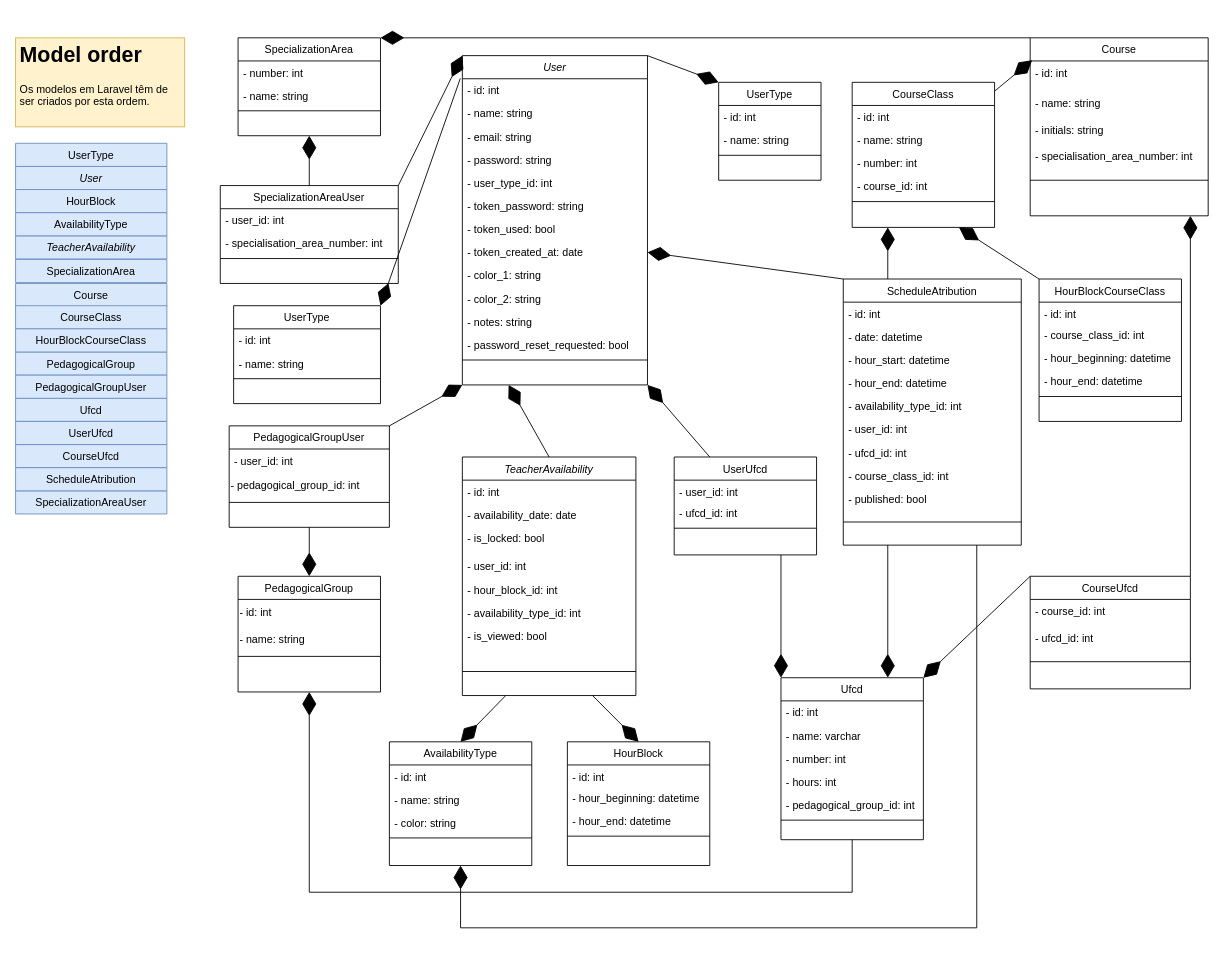
Before: Documentação/Arquitetura de Sistema - gráficos/Diagrama de Classes v2.drawio in LaggyMcLagg/Agile-Wing, a draw.io diagram. Source tidied: cells renumbered, new cells numbered last; positions are measured from the earlier drawing's top-left corner, leaving out a move shared by most shapes. Both pictures are drawn from the tidied source at 89%, with x=0, y=0 at pixel (15, 37).
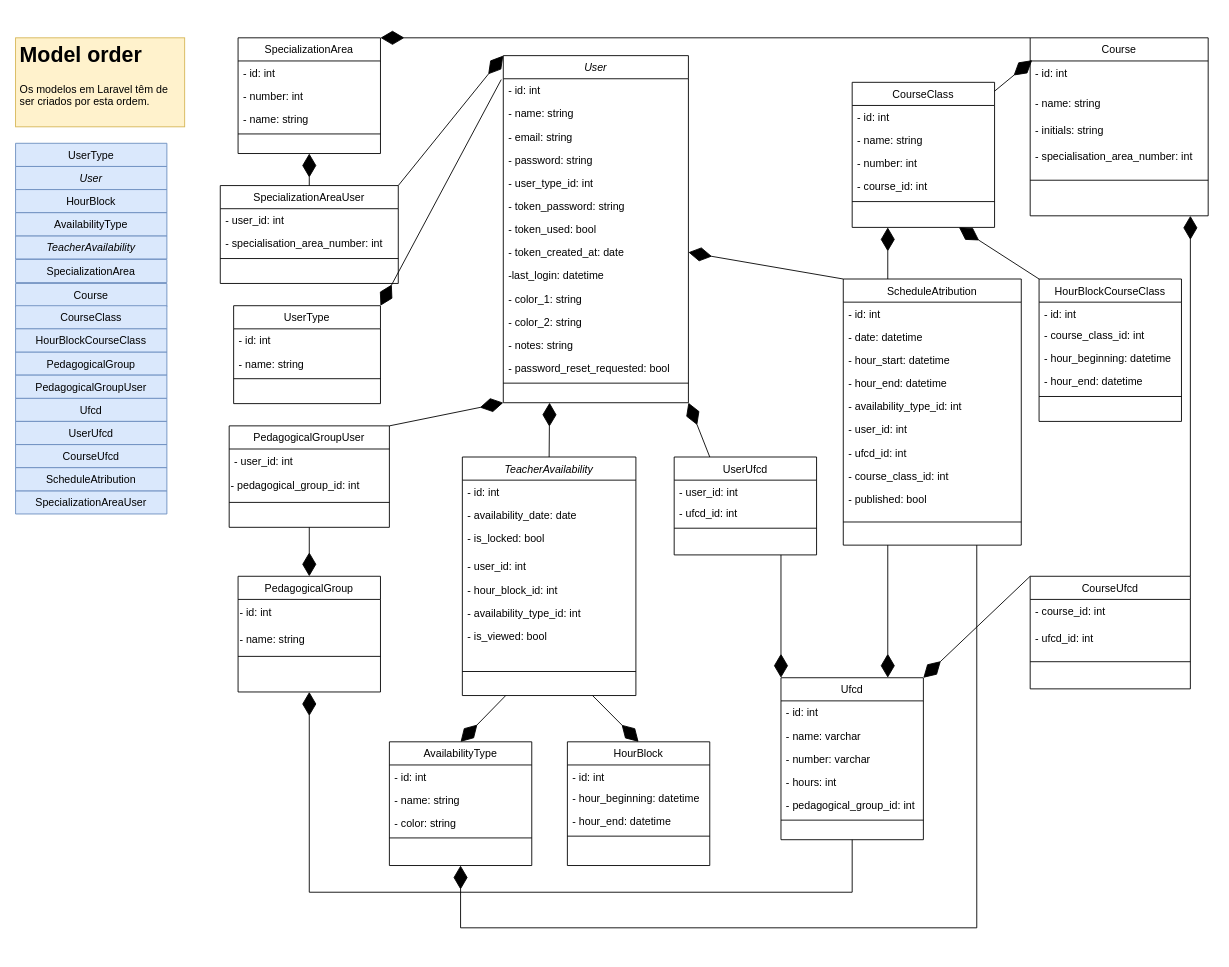
After the change.

Commit message (it also covers changes not shown here):
Actualização diagramas de arquitetura

Unchanged cells that the change refers to:
```xml
<mxCell id="40" value="Ufcd" style="swimlane;fontStyle=0;align=center;verticalAlign=top;horizontal=1;startSize=26;rounded=0;shadow=0;strokeWidth=1;" parent="1" vertex="1">
  <mxGeometry x="860" y="719" width="160" height="182" as="geometry" />
</mxCell>
```

What changed in the source:
```diff
@@
     <mxCell id="17" value="SpecializationArea" style="swimlane;fontStyle=0;align=center;verticalAlign=top;horizontal=1;startSize=26;rounded=0;shadow=0;strokeWidth=1;" parent="1" vertex="1">
-      <mxGeometry x="250" width="160" height="110" as="geometry" />
+      <mxGeometry x="250" width="160" height="130" as="geometry" />
     </mxCell>
+    <mxCell id="128" value="- id: int" style="text;align=left;verticalAlign=top;spacingLeft=4;spacingRight=4;overflow=hidden;" parent="17" vertex="1">
+      <mxGeometry y="26" width="160" height="26" as="geometry" />
+    </mxCell>
     <mxCell id="18" value="- number: int" style="text;align=left;verticalAlign=top;spacingLeft=4;spacingRight=4;overflow=hidden;" parent="17" vertex="1">
-      <mxGeometry y="26" width="160" height="26" as="geometry" />
+      <mxGeometry y="52" width="160" height="26" as="geometry" />
     </mxCell>
     <mxCell id="19" value="- name: string" style="text;align=left;verticalAlign=top;spacingLeft=4;spacingRight=4;overflow=hidden;" parent="17" vertex="1">
-      <mxGeometry y="52" width="160" height="26" as="geometry" />
+      <mxGeometry y="78" width="160" height="26" as="geometry" />
     </mxCell>
     <mxCell id="20" style="line;html=1;strokeWidth=1;align=left;verticalAlign=middle;spacingTop=-1;spacingLeft=3;spacingRight=3;labelPosition=right;" parent="17" vertex="1">
-      <mxGeometry y="78" width="160" height="8" as="geometry" />
+      <mxGeometry y="104" width="160" height="8" as="geometry" />
     </mxCell>
@@
-    <mxCell id="43" value="- number: int" style="text;align=left;verticalAlign=top;spacingLeft=4;spacingRight=4;overflow=hidden;" parent="40" vertex="1">
+    <mxCell id="43" value="- number: varchar" style="text;align=left;verticalAlign=top;spacingLeft=4;spacingRight=4;overflow=hidden;" parent="40" vertex="1">
       <mxGeometry y="78" width="160" height="26" as="geometry" />
     </mxCell>
@@
     <mxCell id="59" value="User" style="swimlane;fontStyle=2;align=center;verticalAlign=top;horizontal=1;startSize=26;rounded=0;shadow=0;strokeWidth=1;" parent="1" vertex="1">
-      <mxGeometry x="502" y="20" width="208" height="370" as="geometry" />
+      <mxGeometry x="548" y="20" width="208" height="390" as="geometry" />
     </mxCell>
@@
+    <mxCell id="141" value="-last_login: datetime" style="text;align=left;verticalAlign=top;spacingLeft=4;spacingRight=4;overflow=hidden;rounded=0;shadow=0;html=0;" parent="59" vertex="1">
+      <mxGeometry y="234" width="208" height="26" as="geometry" />
+    </mxCell>
     <mxCell id="68" value="- color_1: string" style="text;align=left;verticalAlign=top;spacingLeft=4;spacingRight=4;overflow=hidden;rounded=0;shadow=0;html=0;" parent="59" vertex="1">
-      <mxGeometry y="234" width="208" height="26" as="geometry" />
+      <mxGeometry y="260" width="208" height="26" as="geometry" />
     </mxCell>
     <mxCell id="69" value="- color_2: string" style="text;align=left;verticalAlign=top;spacingLeft=4;spacingRight=4;overflow=hidden;rounded=0;shadow=0;html=0;" parent="59" vertex="1">
-      <mxGeometry y="260" width="208" height="26" as="geometry" />
+      <mxGeometry y="286" width="208" height="26" as="geometry" />
     </mxCell>
     <mxCell id="70" value="- notes: string" style="text;align=left;verticalAlign=top;spacingLeft=4;spacingRight=4;overflow=hidden;rounded=0;shadow=0;html=0;" parent="59" vertex="1">
-      <mxGeometry y="286" width="208" height="26" as="geometry" />
+      <mxGeometry y="312" width="208" height="26" as="geometry" />
     </mxCell>
     <mxCell id="71" value="- password_reset_requested: bool" style="text;align=left;verticalAlign=top;spacingLeft=4;spacingRight=4;overflow=hidden;rounded=0;shadow=0;html=0;" parent="59" vertex="1">
-      <mxGeometry y="312" width="208" height="26" as="geometry" />
+      <mxGeometry y="338" width="208" height="26" as="geometry" />
     </mxCell>
     <mxCell id="72" style="line;html=1;strokeWidth=1;align=left;verticalAlign=middle;spacingTop=-1;spacingLeft=3;spacingRight=3;labelPosition=right;" parent="59" vertex="1">
-      <mxGeometry y="338" width="208" height="8" as="geometry" />
+      <mxGeometry y="364" width="208" height="8" as="geometry" />
     </mxCell>
@@
-    <mxCell id="127" value="UserType" style="swimlane;fontStyle=0;align=center;verticalAlign=top;horizontal=1;startSize=26;rounded=0;shadow=0;strokeWidth=1;" parent="1" vertex="1">
-      <mxGeometry x="790" y="50" width="115" height="110" as="geometry" />
-    </mxCell>
-    <mxCell id="128" value="- id: int&#10;" style="text;align=left;verticalAlign=top;spacingLeft=4;spacingRight=4;overflow=hidden;" parent="127" vertex="1">
-      <mxGeometry y="26" width="115" height="26" as="geometry" />
-    </mxCell>
-    <mxCell id="129" value="- name: string&#10;" style="text;align=left;verticalAlign=top;spacingLeft=4;spacingRight=4;overflow=hidden;" parent="127" vertex="1">
-      <mxGeometry y="52" width="115" height="26" as="geometry" />
-    </mxCell>
-    <mxCell id="130" style="line;html=1;strokeWidth=1;align=left;verticalAlign=middle;spacingTop=-1;spacingLeft=3;spacingRight=3;labelPosition=right;" parent="127" vertex="1">
-      <mxGeometry y="78" width="115" height="8" as="geometry" />
-    </mxCell>
-    <mxCell id="131" style="endArrow=diamondThin;endFill=1;endSize=24;html=1;rounded=0;exitX=1;exitY=0;exitDx=0;exitDy=0;entryX=0;entryY=0;entryDx=0;entryDy=0;" parent="1" edge="1" source="59" target="127">
-      <mxGeometry relative="1" as="geometry" />
-    </mxCell>
```
